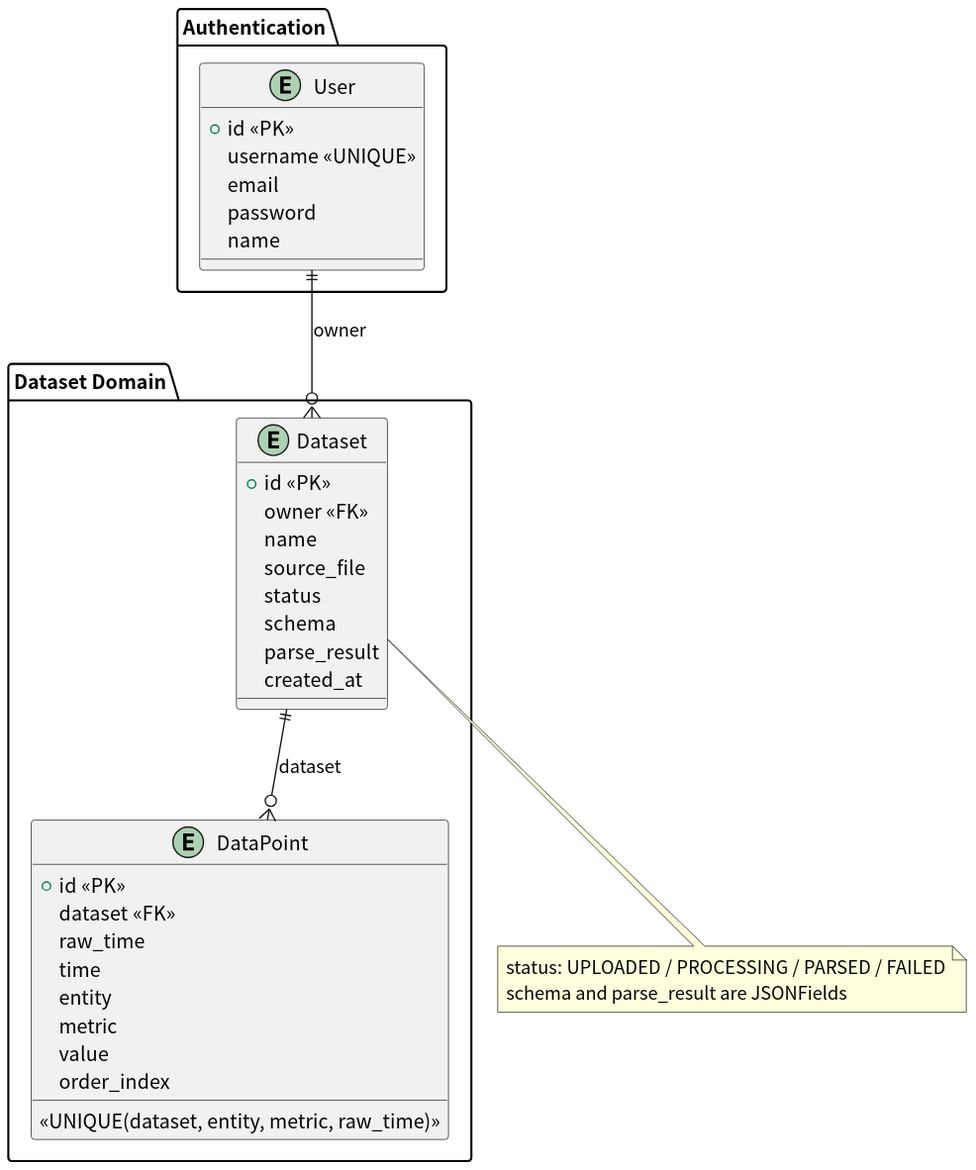
Earlier version of the PlantUML export docs/er/er/er.svg (tomoki-shiozaki/vizshare).
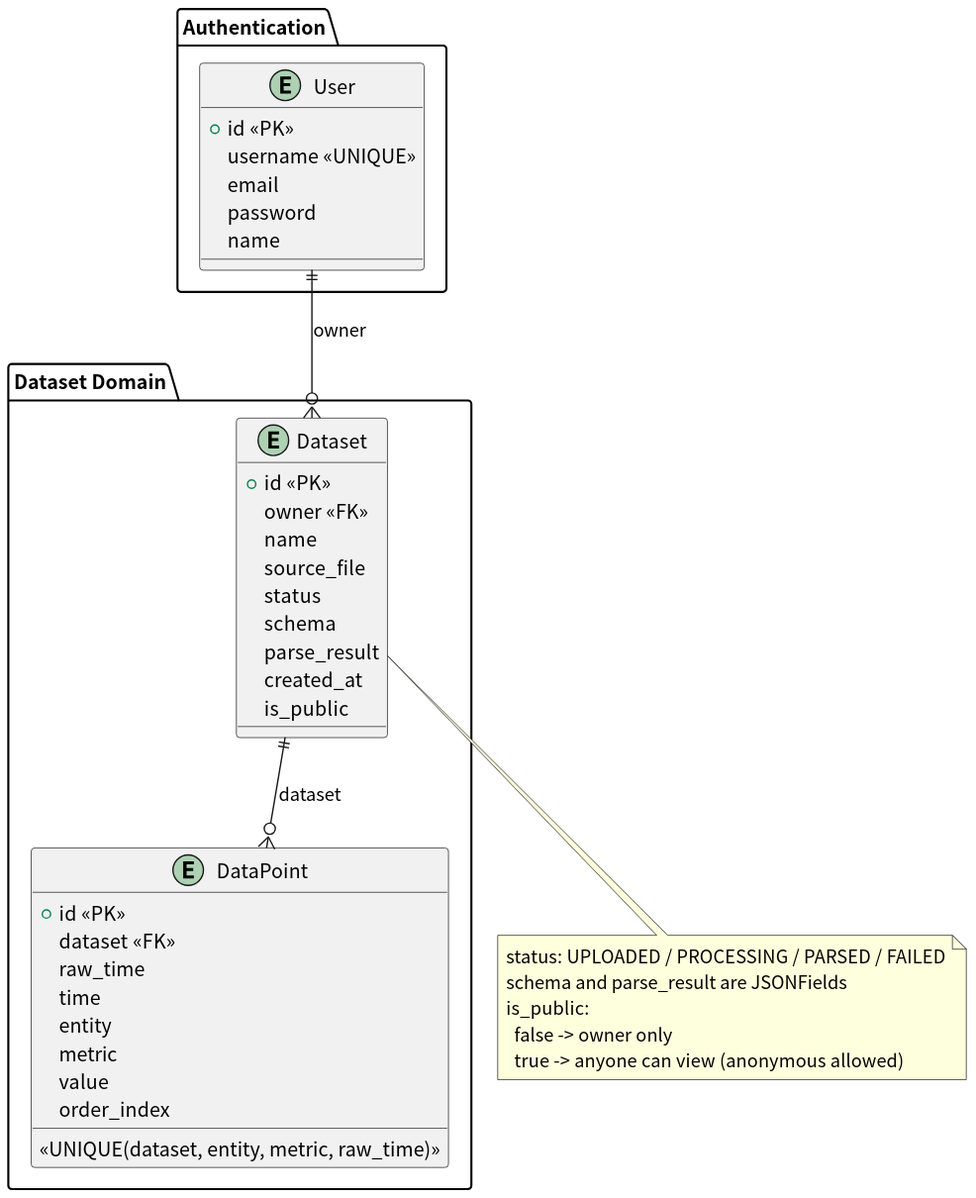
Above is the later version.

Commit message:
docs(ER): add is_public field to Dataset model

The edit, as a diff of the source:
```diff
@@ -22,6 +22,7 @@
     schema
     parse_result
     created_at
+    is_public
   }
 
   entity "DataPoint" as DataPoint {
@@ -43,5 +44,8 @@
 note bottom of Dataset
 status: UPLOADED / PROCESSING / PARSED / FAILED
 schema and parse_result are JSONFields
+is_public:
+  false -> owner only
+  true  -> anyone can view (anonymous allowed)
 end note
 @enduml
```
